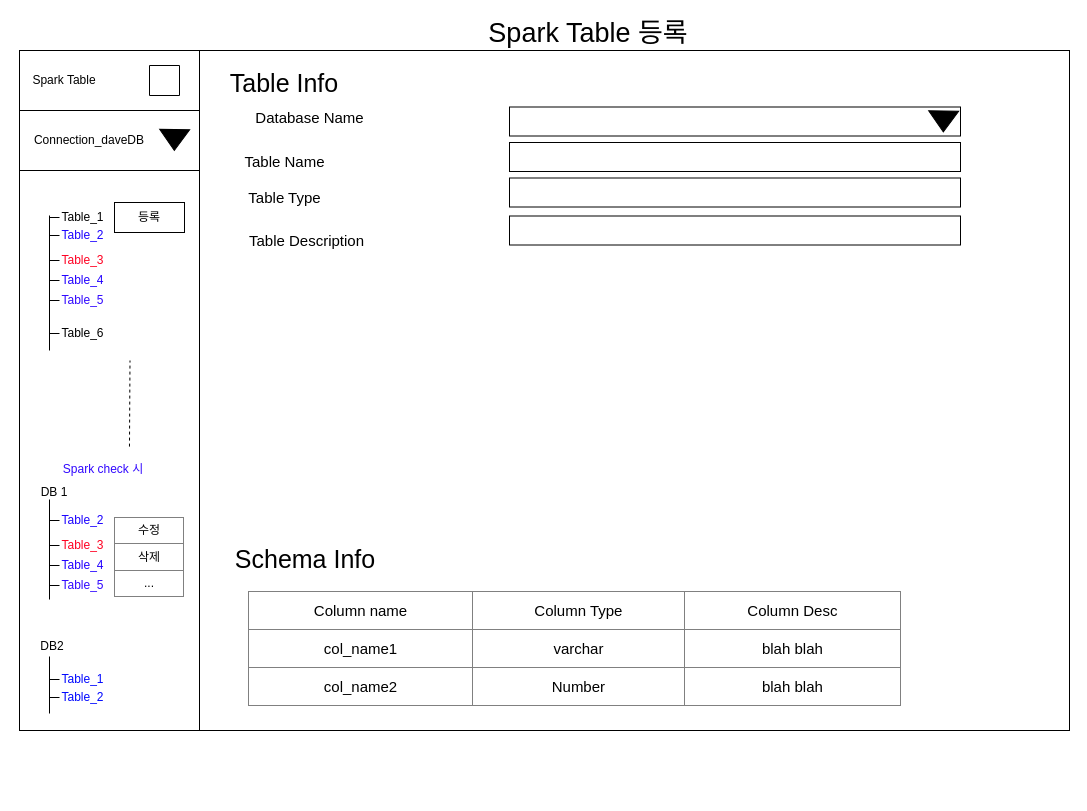
Earlier version of the draw.io diagram spark등록.drawio (salme1541/drawioRepo). Source tidied: cells renumbered, new cells numbered last; positions are measured from the earlier drawing's top-left corner, leaving out a move shared by most shapes. Both pictures are drawn from the tidied source at 100%, with x=0, y=0 at pixel (17, 23).
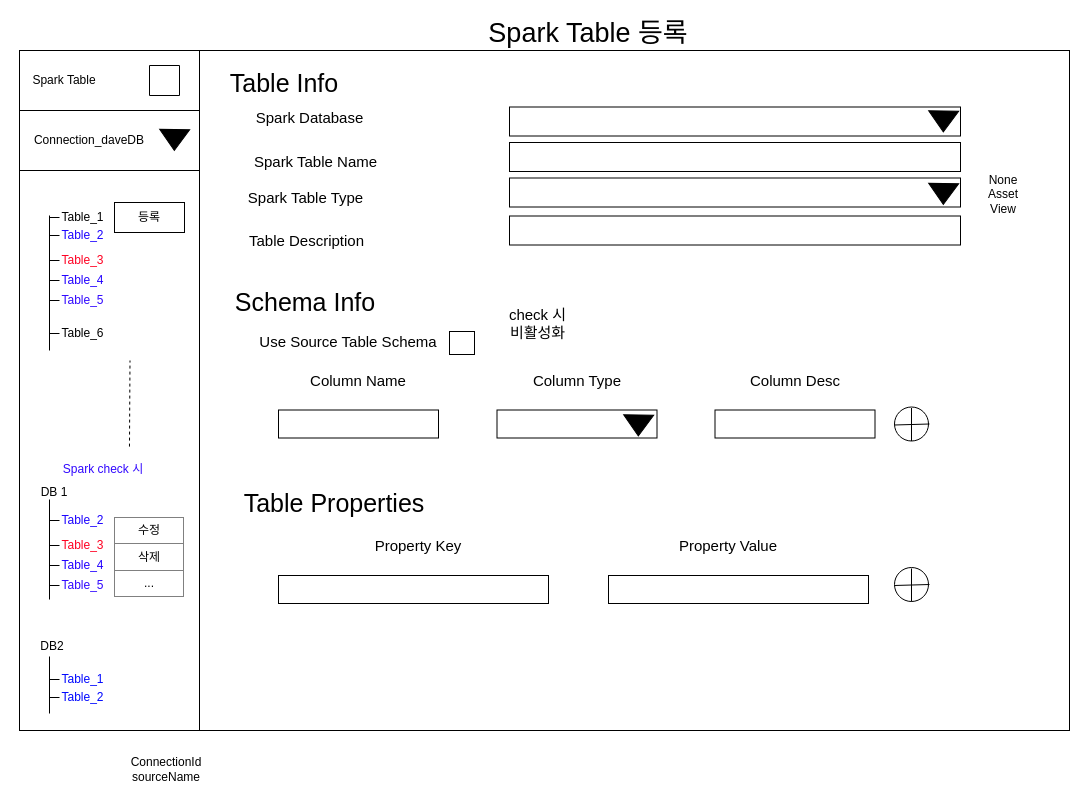
The same diagram, later.

Commit message (it also covers changes not shown here):
spark등록.drawio 업데이트

The edit, as a diff of the source:
```diff
@@
     <mxCell id="4" value="&lt;font style=&quot;font-size: 25px&quot;&gt;Schema Info&lt;/font&gt;" style="text;html=1;strokeColor=none;fillColor=none;align=center;verticalAlign=middle;whiteSpace=wrap;rounded=0;" parent="1" vertex="1">
-      <mxGeometry x="203" y="525" width="170" height="20" as="geometry" />
+      <mxGeometry x="203" y="268" width="170" height="20" as="geometry" />
     </mxCell>
-    <mxCell id="5" value="Table Name" style="text;html=1;strokeColor=none;fillColor=none;align=center;verticalAlign=middle;whiteSpace=wrap;rounded=0;fontSize=15;" parent="1" vertex="1">
-      <mxGeometry x="214.5" y="128" width="105" height="20" as="geometry" />
+    <mxCell id="5" value="Spark Table Name" style="text;html=1;strokeColor=none;fillColor=none;align=center;verticalAlign=middle;whiteSpace=wrap;rounded=0;fontSize=15;" parent="1" vertex="1">
+      <mxGeometry x="215" y="128" width="167" height="20" as="geometry" />
     </mxCell>
@@
-    <mxCell id="7" value="Database Name" style="text;html=1;strokeColor=none;fillColor=none;align=center;verticalAlign=middle;whiteSpace=wrap;rounded=0;fontSize=15;" parent="1" vertex="1">
+    <mxCell id="7" value="Spark Database" style="text;html=1;strokeColor=none;fillColor=none;align=center;verticalAlign=middle;whiteSpace=wrap;rounded=0;fontSize=15;" parent="1" vertex="1">
       <mxGeometry x="214.5" y="83.5" width="155" height="20" as="geometry" />
     </mxCell>
-    <mxCell id="8" value="Table Type" style="text;html=1;strokeColor=none;fillColor=none;align=center;verticalAlign=middle;whiteSpace=wrap;rounded=0;fontSize=15;" parent="1" vertex="1">
-      <mxGeometry x="214.5" y="163.5" width="105" height="20" as="geometry" />
+    <mxCell id="8" value="Spark Table Type" style="text;html=1;strokeColor=none;fillColor=none;align=center;verticalAlign=middle;whiteSpace=wrap;rounded=0;fontSize=15;" parent="1" vertex="1">
+      <mxGeometry x="215" y="164" width="147" height="20" as="geometry" />
     </mxCell>
@@
-    <mxCell id="13" value="&lt;table border=&quot;1&quot; width=&quot;100%&quot; style=&quot;width: 100% ; height: 100% ; border-collapse: collapse&quot;&gt;&lt;tbody&gt;&lt;tr&gt;&lt;td align=&quot;center&quot;&gt;Column name&lt;/td&gt;&lt;td align=&quot;center&quot;&gt;Column Type&lt;br&gt;&lt;/td&gt;&lt;td align=&quot;center&quot;&gt;Column Desc&lt;br&gt;&lt;/td&gt;&lt;/tr&gt;&lt;tr&gt;&lt;td align=&quot;center&quot;&gt;col_name1&lt;/td&gt;&lt;td align=&quot;center&quot;&gt;varchar&lt;/td&gt;&lt;td align=&quot;center&quot;&gt;blah blah&lt;/td&gt;&lt;/tr&gt;&lt;tr&gt;&lt;td align=&quot;center&quot;&gt;col_name2&lt;/td&gt;&lt;td align=&quot;center&quot;&gt;Number&lt;/td&gt;&lt;td align=&quot;center&quot;&gt;blah blah&lt;/td&gt;&lt;/tr&gt;&lt;/tbody&gt;&lt;/table&gt;" style="text;html=1;strokeColor=none;fillColor=none;overflow=fill;fontSize=15;" parent="1" vertex="1">
-      <mxGeometry x="231" y="568" width="653" height="115" as="geometry" />
-    </mxCell>
@@
+    <mxCell id="56" value="None&lt;br&gt;Asset&lt;br&gt;View" style="text;html=1;strokeColor=none;fillColor=none;align=center;verticalAlign=middle;whiteSpace=wrap;rounded=0;" parent="1" vertex="1">
+      <mxGeometry x="951" y="145" width="70" height="51" as="geometry" />
+    </mxCell>
+    <mxCell id="57" style="verticalLabelPosition=bottom;verticalAlign=top;html=1;shape=mxgraph.basic.acute_triangle;dx=0.5;rotation=-179;fillColor=#000000;" parent="1" vertex="1">
+      <mxGeometry x="911" y="160" width="30" height="21" as="geometry" />
+    </mxCell>
+    <mxCell id="58" value="Column Name" style="text;html=1;strokeColor=none;fillColor=none;align=center;verticalAlign=middle;whiteSpace=wrap;rounded=0;fontSize=15;" parent="1" vertex="1">
+      <mxGeometry x="281" y="346.5" width="120" height="20" as="geometry" />
+    </mxCell>
+    <mxCell id="59" value="Column Type" style="text;html=1;strokeColor=none;fillColor=none;align=center;verticalAlign=middle;whiteSpace=wrap;rounded=0;fontSize=15;" parent="1" vertex="1">
+      <mxGeometry x="499.5" y="346.5" width="120" height="20" as="geometry" />
+    </mxCell>
+    <mxCell id="60" value="Column Desc" style="text;html=1;strokeColor=none;fillColor=none;align=center;verticalAlign=middle;whiteSpace=wrap;rounded=0;fontSize=15;" parent="1" vertex="1">
+      <mxGeometry x="717.5" y="346.5" width="120" height="20" as="geometry" />
+    </mxCell>
+    <mxCell id="61" style="rounded=0;whiteSpace=wrap;html=1;" parent="1" vertex="1">
+      <mxGeometry x="261" y="386.5" width="160" height="28" as="geometry" />
+    </mxCell>
+    <mxCell id="62" style="rounded=0;whiteSpace=wrap;html=1;" parent="1" vertex="1">
+      <mxGeometry x="697.5" y="386.5" width="160" height="28" as="geometry" />
+    </mxCell>
+    <mxCell id="63" style="rounded=0;whiteSpace=wrap;html=1;" parent="1" vertex="1">
+      <mxGeometry x="479.5" y="386.5" width="160" height="28" as="geometry" />
+    </mxCell>
+    <mxCell id="64" style="verticalLabelPosition=bottom;verticalAlign=top;html=1;shape=mxgraph.basic.acute_triangle;dx=0.5;rotation=-179;fillColor=#000000;" parent="1" vertex="1">
+      <mxGeometry x="606" y="391.5" width="30" height="21" as="geometry" />
+    </mxCell>
+    <mxCell id="65" value="&lt;font style=&quot;font-size: 25px&quot;&gt;Table Properties&lt;/font&gt;" style="text;html=1;strokeColor=none;fillColor=none;align=center;verticalAlign=middle;whiteSpace=wrap;rounded=0;" parent="1" vertex="1">
+      <mxGeometry x="203" y="469" width="228" height="20" as="geometry" />
+    </mxCell>
+    <mxCell id="66" value="Property Key" style="text;html=1;strokeColor=none;fillColor=none;align=center;verticalAlign=middle;whiteSpace=wrap;rounded=0;fontSize=15;" parent="1" vertex="1">
+      <mxGeometry x="341" y="512" width="120" height="20" as="geometry" />
+    </mxCell>
+    <mxCell id="67" style="rounded=0;whiteSpace=wrap;html=1;" parent="1" vertex="1">
+      <mxGeometry x="261" y="552" width="270" height="28" as="geometry" />
+    </mxCell>
+    <mxCell id="68" value="Property Value" style="text;html=1;strokeColor=none;fillColor=none;align=center;verticalAlign=middle;whiteSpace=wrap;rounded=0;fontSize=15;" parent="1" vertex="1">
+      <mxGeometry x="651" y="512" width="120" height="20" as="geometry" />
+    </mxCell>
+    <mxCell id="69" style="rounded=0;whiteSpace=wrap;html=1;" parent="1" vertex="1">
+      <mxGeometry x="591" y="552" width="260" height="28" as="geometry" />
+    </mxCell>
+    <mxCell id="70" style="group;" parent="1" vertex="1">
+      <mxGeometry x="877" y="383.5" width="34" height="34" as="geometry" />
+    </mxCell>
+    <mxCell id="71" style="ellipse;whiteSpace=wrap;html=1;" parent="70" vertex="1">
+      <mxGeometry width="34" height="34" as="geometry" />
+    </mxCell>
+    <mxCell id="72" style="endArrow=none;html=1;entryX=0.5;entryY=0.029;entryDx=0;entryDy=0;entryPerimeter=0;exitX=0.5;exitY=1;exitDx=0;exitDy=0;exitPerimeter=0;" parent="70" edge="1" source="71" target="71">
+      <mxGeometry relative="1" as="geometry" />
+    </mxCell>
+    <mxCell id="73" style="endArrow=none;html=1;entryX=1.029;entryY=0.5;entryDx=0;entryDy=0;entryPerimeter=0;exitX=0.005;exitY=0.529;exitDx=0;exitDy=0;exitPerimeter=0;" parent="70" edge="1" source="71" target="71">
+      <mxGeometry relative="1" as="geometry" />
+    </mxCell>
+    <mxCell id="74" style="group;" parent="1" vertex="1">
+      <mxGeometry x="877" y="544" width="34" height="34" as="geometry" />
+    </mxCell>
+    <mxCell id="75" style="ellipse;whiteSpace=wrap;html=1;" parent="74" vertex="1">
+      <mxGeometry width="34" height="34" as="geometry" />
+    </mxCell>
+    <mxCell id="76" style="endArrow=none;html=1;entryX=0.5;entryY=0.029;entryDx=0;entryDy=0;entryPerimeter=0;exitX=0.5;exitY=1;exitDx=0;exitDy=0;exitPerimeter=0;" parent="74" edge="1" source="75" target="75">
+      <mxGeometry relative="1" as="geometry" />
+    </mxCell>
+    <mxCell id="77" style="endArrow=none;html=1;entryX=1.029;entryY=0.5;entryDx=0;entryDy=0;entryPerimeter=0;exitX=0.005;exitY=0.529;exitDx=0;exitDy=0;exitPerimeter=0;" parent="74" edge="1" source="75" target="75">
+      <mxGeometry relative="1" as="geometry" />
+    </mxCell>
+    <mxCell id="78" value="ConnectionId&lt;br&gt;sourceName&lt;br&gt;" style="text;html=1;strokeColor=none;fillColor=none;align=center;verticalAlign=middle;whiteSpace=wrap;rounded=0;" parent="1" vertex="1">
+      <mxGeometry x="57" y="720" width="184" height="51" as="geometry" />
+    </mxCell>
+    <mxCell id="79" value="Use Source Table Schema" style="text;html=1;strokeColor=none;fillColor=none;align=center;verticalAlign=middle;whiteSpace=wrap;rounded=0;fontSize=15;" parent="1" vertex="1">
+      <mxGeometry x="230" y="308" width="202" height="20" as="geometry" />
+    </mxCell>
+    <mxCell id="80" style="rounded=0;whiteSpace=wrap;html=1;fontSize=15;" parent="1" vertex="1">
+      <mxGeometry x="432" y="308" width="25" height="23" as="geometry" />
+    </mxCell>
+    <mxCell id="81" value="check 시&lt;br&gt;비활성화" style="text;html=1;strokeColor=none;fillColor=none;align=center;verticalAlign=middle;whiteSpace=wrap;rounded=0;fontSize=15;" parent="1" vertex="1">
+      <mxGeometry x="480" y="280" width="81" height="40" as="geometry" />
+    </mxCell>
```
